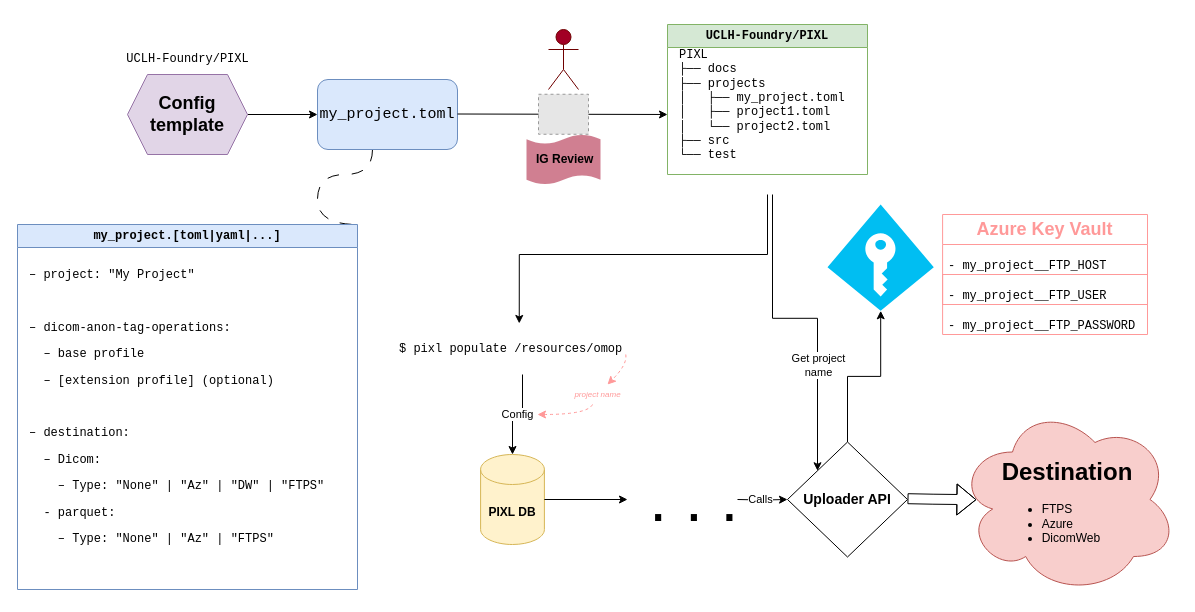
Before: docs/design/diagrams/pixl-multi-project-config.drawio in SAFEHR-data/PIXL, a draw.io diagram. Source tidied: cells renumbered, new cells numbered last; positions are measured from the earlier drawing's top-left corner, leaving out a move shared by most shapes. Both pictures are drawn from the tidied source at 100%, with x=0, y=0 at pixel (17, 24). Pictures stored in the file or linked from it are replaced by grey dashed boxes.
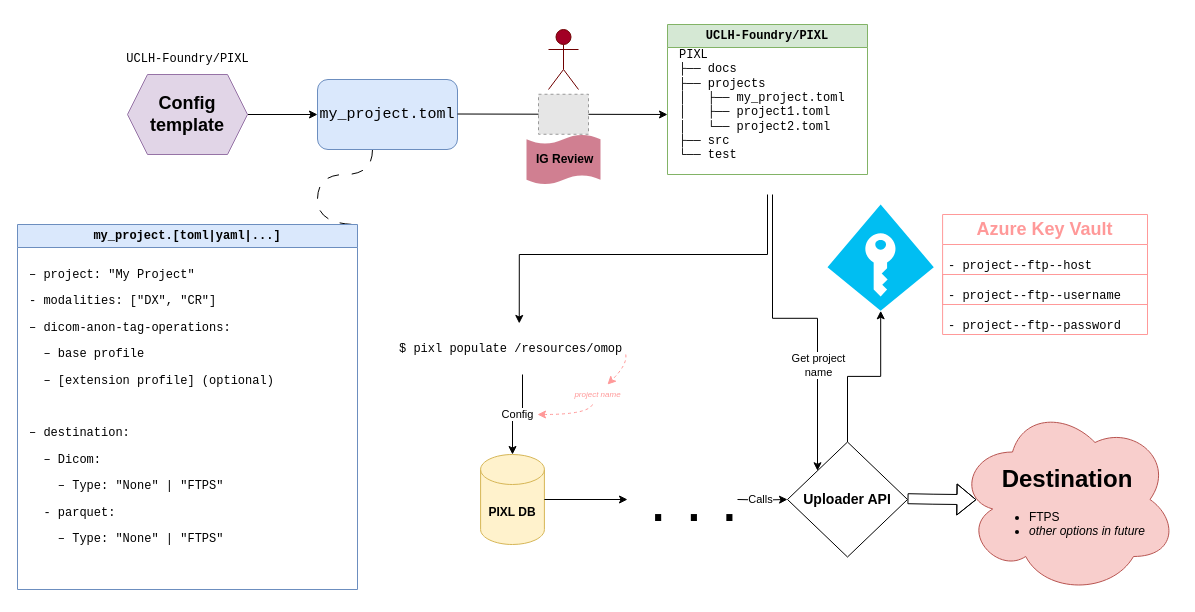
Above is the later version.

The change refers to these unchanged cells:
```xml
<mxCell id="23" value="&lt;h2&gt;&lt;font color=&quot;#ff9999&quot;&gt;Azure Key Vault&lt;/font&gt;&lt;/h2&gt;" style="swimlane;fontStyle=0;horizontal=1;startSize=30;whiteSpace=wrap;html=1;strokeColor=#FF9999;" parent="21" vertex="1">
  <mxGeometry x="115.1" y="10" width="204.9" height="120" as="geometry" />
</mxCell>
<mxCell id="29" value="&lt;pre&gt;my_project.[toml|yaml|...]&lt;/pre&gt;" style="swimlane;whiteSpace=wrap;html=1;fillColor=#dae8fc;strokeColor=#6c8ebf;" parent="1" vertex="1">
  <mxGeometry y="200" width="340" height="365" as="geometry" />
</mxCell>
```

Change to the diagram source:
```diff
@@
-    <mxCell id="20" value="&lt;h1&gt;Destination&lt;/h1&gt;&lt;div&gt;&lt;ul&gt;&lt;li style=&quot;text-align: left;&quot;&gt;FTPS&lt;/li&gt;&lt;li style=&quot;text-align: left;&quot;&gt;Azure&lt;/li&gt;&lt;li style=&quot;text-align: left;&quot;&gt;DicomWeb&lt;/li&gt;&lt;/ul&gt;&lt;/div&gt;" style="ellipse;shape=cloud;whiteSpace=wrap;html=1;fillColor=#f8cecc;strokeColor=#b85450;" parent="1" vertex="1">
+    <mxCell id="20" value="&lt;h1&gt;Destination&lt;/h1&gt;&lt;div&gt;&lt;ul&gt;&lt;li style=&quot;text-align: left;&quot;&gt;FTPS&lt;/li&gt;&lt;li style=&quot;text-align: left;&quot;&gt;&lt;i&gt;other options in future&lt;/i&gt;&lt;br&gt;&lt;/li&gt;&lt;/ul&gt;&lt;/div&gt;" style="ellipse;shape=cloud;whiteSpace=wrap;html=1;fillColor=#f8cecc;strokeColor=#b85450;" parent="1" vertex="1">
       <mxGeometry x="940" y="380" width="220" height="190" as="geometry" />
     </mxCell>
@@
-    <mxCell id="24" value="&lt;pre&gt;-&amp;nbsp;my_project__FTP_HOST&lt;/pre&gt;" style="text;strokeColor=none;fillColor=none;align=left;verticalAlign=middle;spacingLeft=4;spacingRight=4;overflow=hidden;whiteSpace=wrap;html=1;" parent="23" vertex="1">
+    <mxCell id="24" value="&lt;pre&gt;-&amp;nbsp;project--ftp--host&lt;/pre&gt;" style="text;strokeColor=none;fillColor=none;align=left;verticalAlign=middle;spacingLeft=4;spacingRight=4;overflow=hidden;whiteSpace=wrap;html=1;" parent="23" vertex="1">
       <mxGeometry y="30" width="204.9" height="30" as="geometry" />
     </mxCell>
-    <mxCell id="25" value="&lt;pre style=&quot;border-color: var(--border-color);&quot;&gt;-&amp;nbsp;my_project__FTP_USER&lt;/pre&gt;" style="text;strokeColor=#FF9999;fillColor=none;align=left;verticalAlign=middle;spacingLeft=4;spacingRight=4;overflow=hidden;whiteSpace=wrap;html=1;" parent="23" vertex="1">
+    <mxCell id="25" value="&lt;pre style=&quot;border-color: var(--border-color);&quot;&gt;-&amp;nbsp;project--ftp--username&lt;/pre&gt;" style="text;strokeColor=#FF9999;fillColor=none;align=left;verticalAlign=middle;spacingLeft=4;spacingRight=4;overflow=hidden;whiteSpace=wrap;html=1;" parent="23" vertex="1">
       <mxGeometry y="60" width="204.9" height="30" as="geometry" />
     </mxCell>
-    <mxCell id="26" value="&lt;pre style=&quot;border-color: var(--border-color);&quot;&gt;-&amp;nbsp;my_project__FTP_PASSWORD&lt;/pre&gt;" style="text;strokeColor=none;fillColor=none;align=left;verticalAlign=middle;spacingLeft=4;spacingRight=4;overflow=hidden;whiteSpace=wrap;html=1;" parent="23" vertex="1">
+    <mxCell id="26" value="&lt;pre style=&quot;border-color: var(--border-color);&quot;&gt;-&amp;nbsp;project--ftp--password&lt;/pre&gt;" style="text;strokeColor=none;fillColor=none;align=left;verticalAlign=middle;spacingLeft=4;spacingRight=4;overflow=hidden;whiteSpace=wrap;html=1;" parent="23" vertex="1">
       <mxGeometry y="90" width="204.9" height="30" as="geometry" />
     </mxCell>
@@
-    <mxCell id="30" value="&lt;pre&gt;– project: &quot;My Project&quot;&lt;/pre&gt;&lt;pre&gt;&lt;br&gt;&lt;/pre&gt;&lt;pre&gt;– dicom-anon-tag-operations:&lt;/pre&gt;&lt;pre&gt;  – base profile&lt;/pre&gt;&lt;pre&gt;  – [extension profile] (optional)&lt;/pre&gt;&lt;pre&gt;&lt;br&gt;&lt;/pre&gt;&lt;pre&gt;– destination:&lt;/pre&gt;&lt;pre&gt;  – Dicom:&lt;/pre&gt;&lt;pre&gt;    – Type: &quot;None&quot; | &quot;Az&quot; | &quot;DW&quot; | &quot;FTPS&quot;&lt;/pre&gt;&lt;pre&gt;  - parquet:&lt;/pre&gt;&lt;pre&gt;&lt;pre style=&quot;border-color: var(--border-color);&quot;&gt;&lt;pre style=&quot;border-color: var(--border-color);&quot;&gt;    – Type: &quot;None&quot; | &quot;Az&quot; | &quot;FTPS&quot;&lt;/pre&gt;&lt;pre&gt;&lt;br&gt;&lt;/pre&gt;&lt;/pre&gt;&lt;/pre&gt;" style="text;html=1;align=left;verticalAlign=top;strokeColor=none;fillColor=none;" parent="29" vertex="1">
-      <mxGeometry x="10" y="25" width="320" height="340" as="geometry" />
+    <mxCell id="30" value="&lt;pre&gt;– project: &quot;My Project&quot;&lt;/pre&gt;&lt;pre&gt;- modalities: [&quot;DX&quot;, &quot;CR&quot;] &lt;/pre&gt;&lt;pre&gt;– dicom-anon-tag-operations:&lt;/pre&gt;&lt;pre&gt;  – base profile&lt;/pre&gt;&lt;pre&gt;  – [extension profile] (optional)&lt;/pre&gt;&lt;pre&gt;&lt;br&gt;&lt;/pre&gt;&lt;pre&gt;– destination:&lt;/pre&gt;&lt;pre&gt;  – Dicom:&lt;/pre&gt;&lt;pre&gt;    – Type: &quot;None&quot; | &quot;FTPS&quot;&lt;/pre&gt;&lt;pre&gt;  - parquet:&lt;/pre&gt;&lt;pre&gt;&lt;pre style=&quot;border-color: var(--border-color);&quot;&gt;&lt;pre style=&quot;border-color: var(--border-color);&quot;&gt;    – Type: &quot;None&quot; | &quot;FTPS&quot;&lt;/pre&gt;&lt;pre&gt;&lt;br&gt;&lt;/pre&gt;&lt;/pre&gt;&lt;/pre&gt;" style="text;html=1;align=left;verticalAlign=top;strokeColor=none;fillColor=none;" parent="29" vertex="1">
+      <mxGeometry x="10" y="25" width="270" height="340" as="geometry" />
     </mxCell>
```
